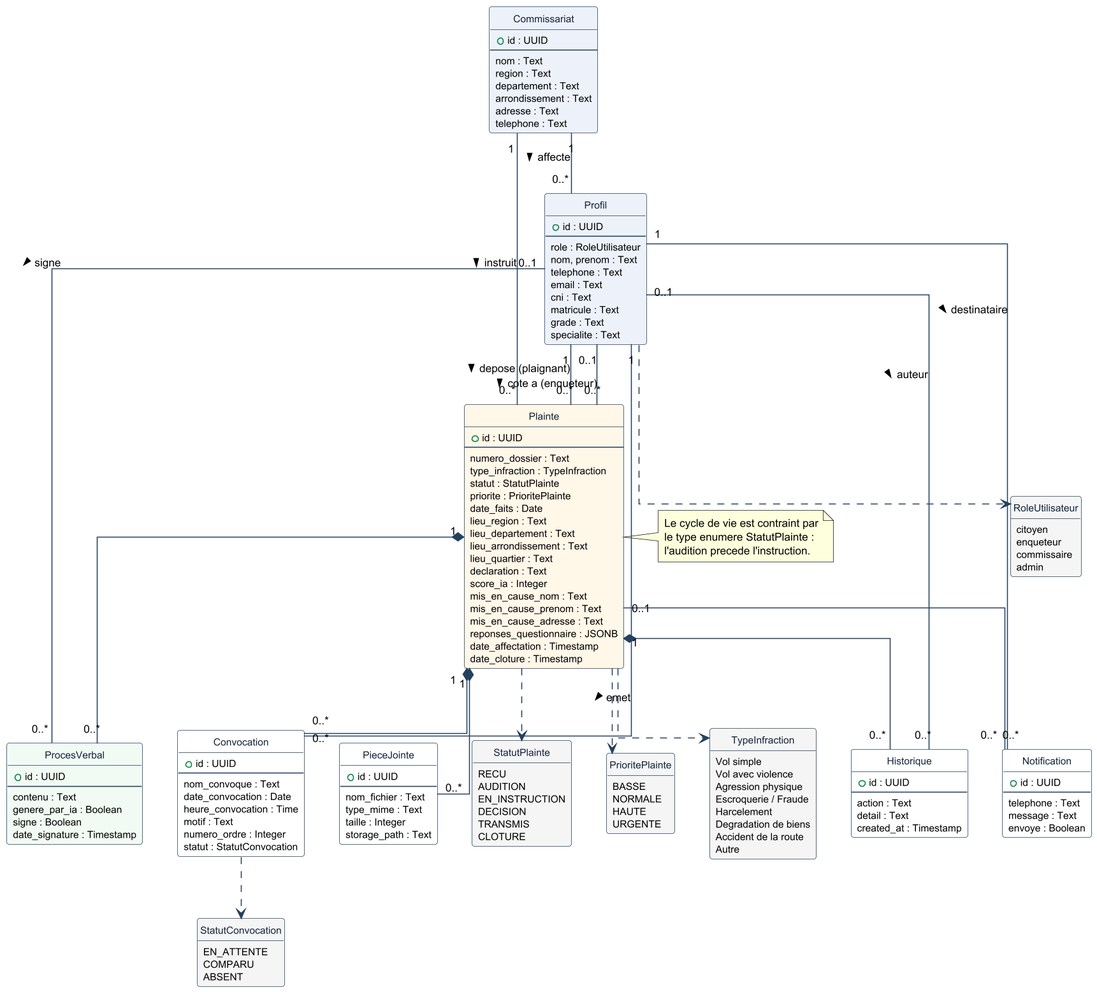
The PlantUML diagram diagrammes/classe.png in NodemBorel/memoire-m2, before a commit.
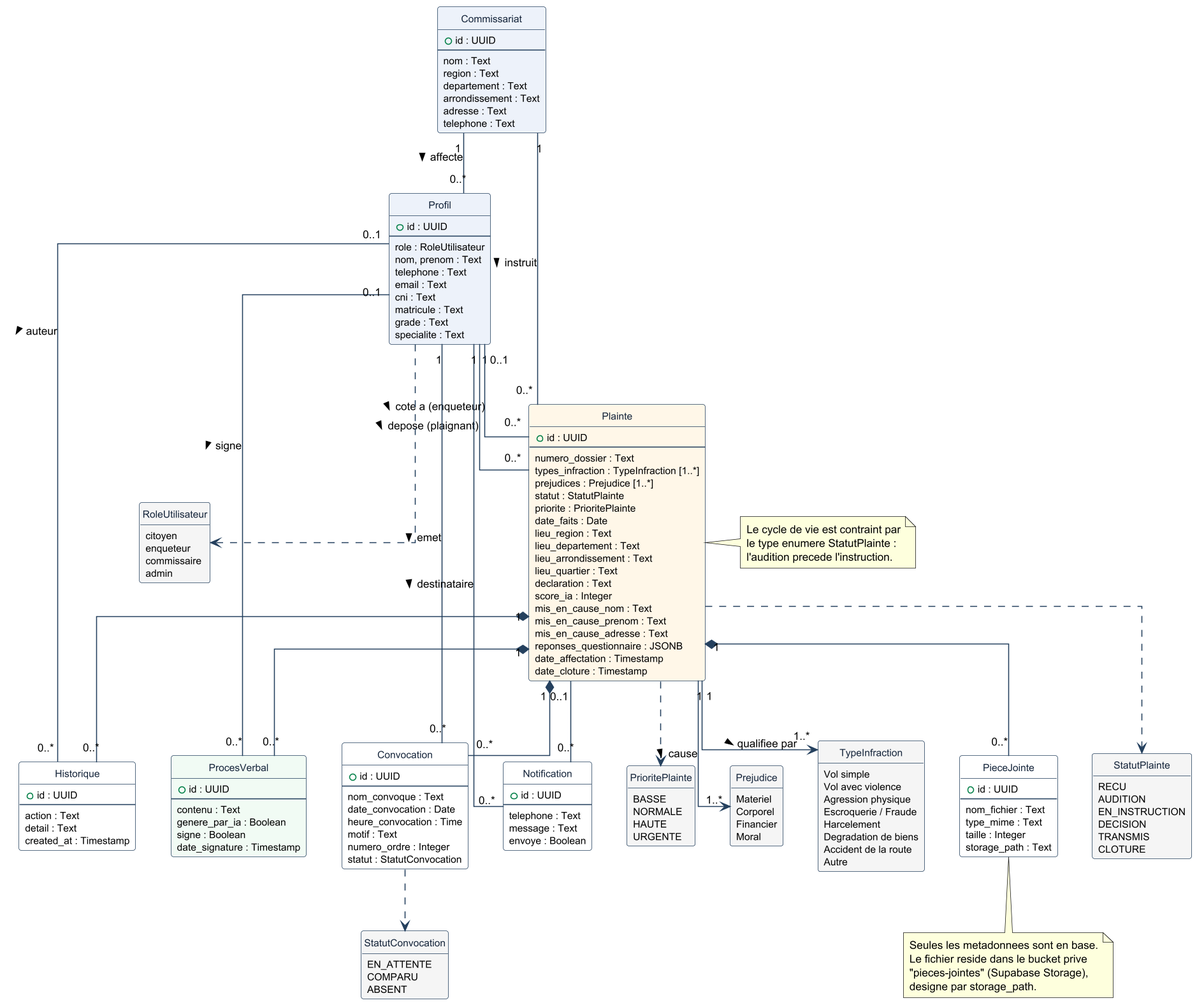
Above is the later version.

What changed in the source:
```diff
@@ -45,7 +45,8 @@
   + id : UUID
   --
   numero_dossier : Text
-  type_infraction : TypeInfraction
+  types_infraction : TypeInfraction [1..*]
+  prejudices : Prejudice [1..*]
   statut : StatutPlainte
   priorite : PrioritePlainte
   date_faits : Date
@@ -71,6 +72,13 @@
   taille : Integer
   storage_path : Text
 }
+
+note bottom of PieceJointe
+  Seules les metadonnees sont en base.
+  Le fichier reside dans le bucket prive
+  "pieces-jointes" (Supabase Storage),
+  designe par storage_path.
+end note
 
 class ProcesVerbal #F1FBF4 {
   + id : UUID
@@ -131,6 +139,13 @@
   URGENTE
 }
 
+enum Prejudice #F5F5F5 {
+  Materiel
+  Corporel
+  Financier
+  Moral
+}
+
 enum TypeInfraction #F5F5F5 {
   Vol simple
   Vol avec violence
@@ -168,7 +183,8 @@
 Profil        ..> RoleUtilisateur
 Plainte       ..> StatutPlainte
 Plainte       ..> PrioritePlainte
-Plainte       ..> TypeInfraction
+Plainte "1" --> "1..*" TypeInfraction : qualifiee par >
+Plainte "1" --> "1..*" Prejudice      : cause >
 Convocation   ..> StatutConvocation
 
 note right of Plainte
```
